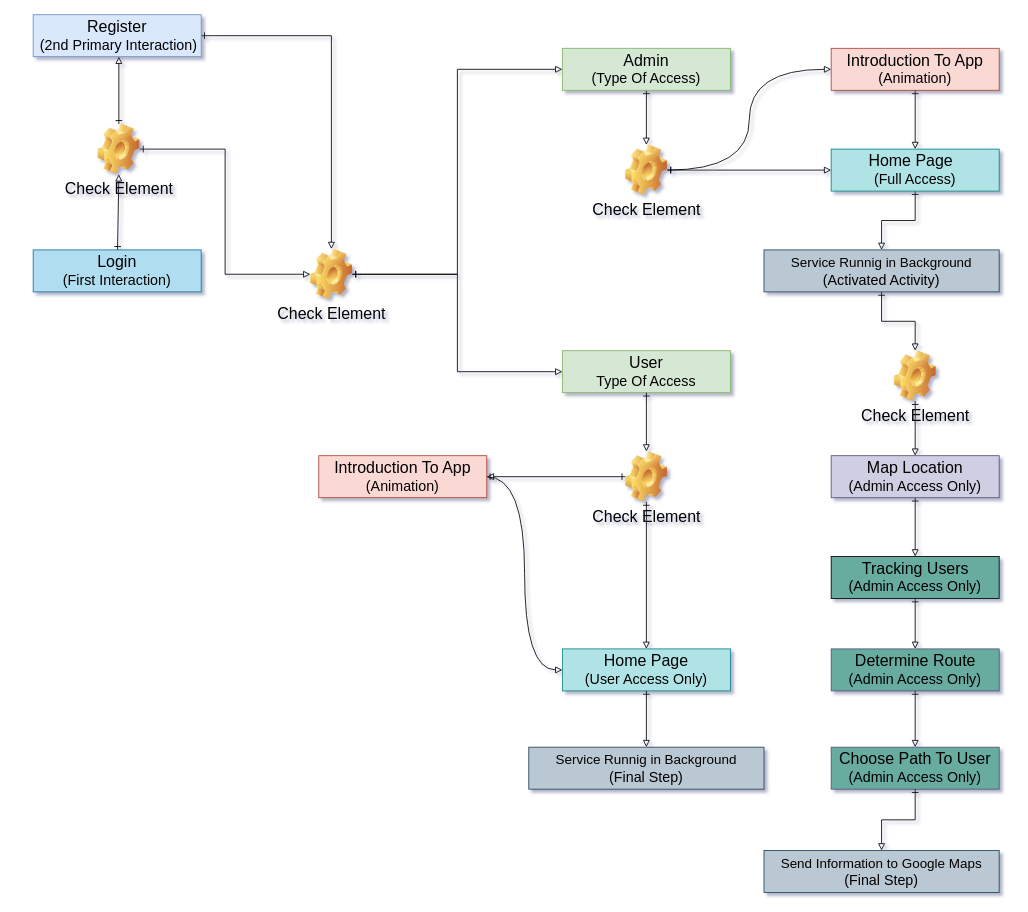
The draw.io diagram Untitled Diagram.drawio in George2G/Diagram_Diploma, before the edit. Source tidied: cells renumbered, new cells numbered last; positions are measured from the earlier drawing's top-left corner, leaving out a move shared by most shapes. Both pictures are drawn from the tidied source at 84%, with x=0, y=0 at pixel (33, 14).
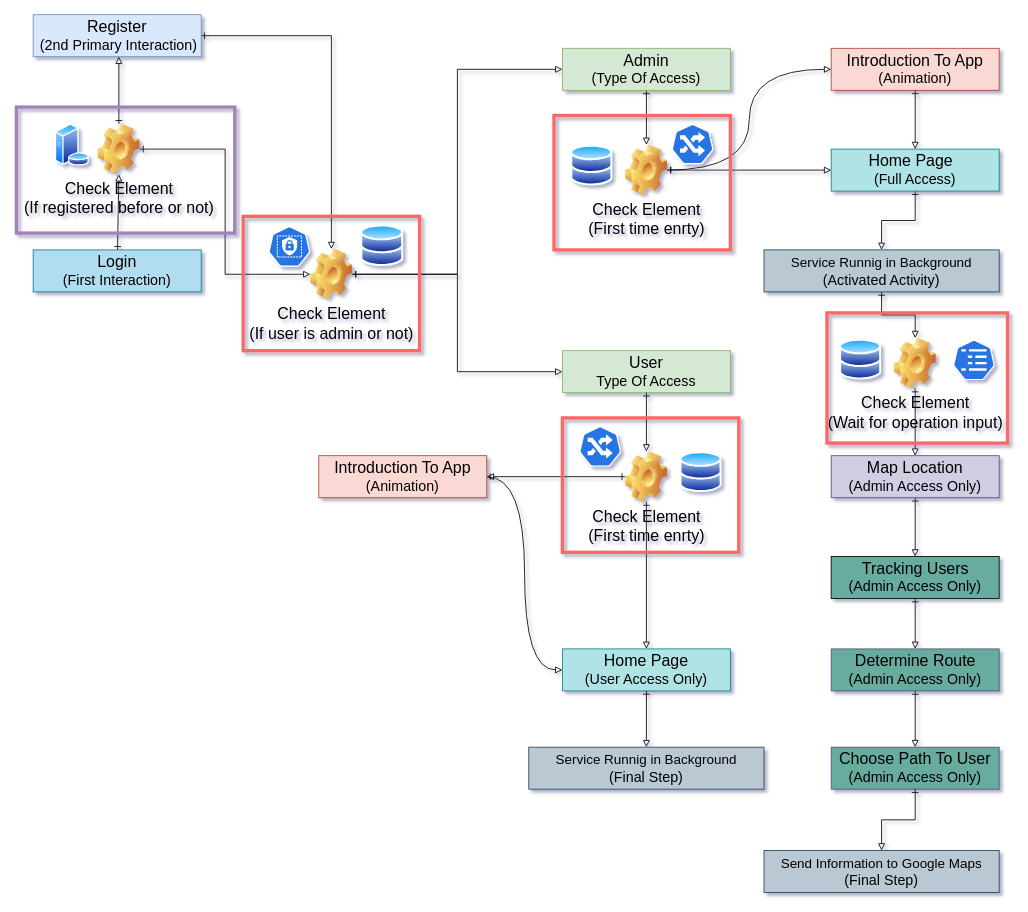
The same page after the edit.

Diff of the diagram source:
```diff
@@
-    <mxCell id="12" value="Check Element" style="shape=image;html=1;verticalLabelPosition=bottom;verticalAlign=top;imageAspect=0;image=img/clipart/Gear_128x128.png;fontSize=19;gradientColor=none;" parent="1" vertex="1">
+    <mxCell id="12" value="Check Element&lt;br&gt;(If registered before or not)" style="shape=image;html=1;verticalLabelPosition=bottom;verticalAlign=top;imageAspect=0;image=img/clipart/Gear_128x128.png;fontSize=19;gradientColor=none;" parent="1" vertex="1">
       <mxGeometry x="77" y="130" width="50" height="60" as="geometry" />
     </mxCell>
@@
-    <mxCell id="27" value="Check Element" style="shape=image;html=1;verticalLabelPosition=bottom;verticalAlign=top;imageAspect=0;image=img/clipart/Gear_128x128.png;fontSize=19;gradientColor=none;" parent="1" vertex="1">
+    <mxCell id="27" value="Check Element&lt;br&gt;(If user is admin or not)" style="shape=image;html=1;verticalLabelPosition=bottom;verticalAlign=top;imageAspect=0;image=img/clipart/Gear_128x128.png;fontSize=19;gradientColor=none;" parent="1" vertex="1">
       <mxGeometry x="330" y="279" width="50" height="60" as="geometry" />
     </mxCell>
@@
-    <mxCell id="37" value="Check Element" style="shape=image;html=1;verticalLabelPosition=bottom;verticalAlign=top;imageAspect=0;image=img/clipart/Gear_128x128.png;fontSize=19;gradientColor=none;" parent="1" vertex="1">
-      <mxGeometry x="1025" y="400" width="50" height="60" as="geometry" />
+    <mxCell id="37" value="Check Element&lt;br&gt;(Wait for operation input)" style="shape=image;html=1;verticalLabelPosition=bottom;verticalAlign=top;imageAspect=0;image=img/clipart/Gear_128x128.png;fontSize=19;gradientColor=none;" parent="1" vertex="1">
+      <mxGeometry x="1025" y="385" width="50" height="60" as="geometry" />
     </mxCell>
@@
-    <mxCell id="62" value="Check Element" style="shape=image;html=1;verticalLabelPosition=bottom;verticalAlign=top;imageAspect=0;image=img/clipart/Gear_128x128.png;fontSize=19;gradientColor=none;" parent="1" vertex="1">
+    <mxCell id="62" value="Check Element&lt;br&gt;(First time enrty)" style="shape=image;html=1;verticalLabelPosition=bottom;verticalAlign=top;imageAspect=0;image=img/clipart/Gear_128x128.png;fontSize=19;gradientColor=none;" parent="1" vertex="1">
       <mxGeometry x="705" y="520" width="50" height="60" as="geometry" />
     </mxCell>
@@
-    <mxCell id="69" value="Check Element" style="shape=image;html=1;verticalLabelPosition=bottom;verticalAlign=top;imageAspect=0;image=img/clipart/Gear_128x128.png;fontSize=19;gradientColor=none;" parent="1" vertex="1">
+    <mxCell id="69" value="Check Element&lt;br&gt;(First time enrty)" style="shape=image;html=1;verticalLabelPosition=bottom;verticalAlign=top;imageAspect=0;image=img/clipart/Gear_128x128.png;fontSize=19;gradientColor=none;" parent="1" vertex="1">
       <mxGeometry x="705" y="155" width="50" height="60" as="geometry" />
     </mxCell>
@@
+    <mxCell id="74" style="perimeter=ellipsePerimeter;html=1;align=center;shadow=0;dashed=0;spacingTop=3;image;image=img/lib/active_directory/database_server.svg;" parent="1" vertex="1">
+      <mxGeometry x="26" y="130" width="41" height="50" as="geometry" />
+    </mxCell>
+    <mxCell id="75" style="perimeter=ellipsePerimeter;html=1;align=center;shadow=0;dashed=0;spacingTop=3;image;image=img/lib/active_directory/databases.svg;" parent="1" vertex="1">
+      <mxGeometry x="390" y="250" width="51" height="50" as="geometry" />
+    </mxCell>
+    <mxCell id="76" style="perimeter=ellipsePerimeter;html=1;align=center;shadow=0;dashed=0;spacingTop=3;image;image=img/lib/active_directory/databases.svg;" parent="1" vertex="1">
+      <mxGeometry x="640" y="155" width="50" height="49" as="geometry" />
+    </mxCell>
+    <mxCell id="77" style="perimeter=ellipsePerimeter;html=1;align=center;shadow=0;dashed=0;spacingTop=3;image;image=img/lib/active_directory/databases.svg;" parent="1" vertex="1">
+      <mxGeometry x="770" y="520" width="50" height="49" as="geometry" />
+    </mxCell>
+    <mxCell id="78" style="perimeter=ellipsePerimeter;html=1;align=center;shadow=0;dashed=0;spacingTop=3;image;image=img/lib/active_directory/databases.svg;" parent="1" vertex="1">
+      <mxGeometry x="960" y="386" width="50" height="49" as="geometry" />
+    </mxCell>
+    <mxCell id="79" style="rounded=0;whiteSpace=wrap;html=1;fillColor=none;strokeWidth=4;strokeColor=#A680B8;" parent="1" vertex="1">
+      <mxGeometry x="-20" y="110" width="260" height="150" as="geometry" />
+    </mxCell>
+    <mxCell id="80" style="rounded=0;whiteSpace=wrap;html=1;strokeWidth=4;fillColor=none;strokeColor=#FF6666;" parent="1" vertex="1">
+      <mxGeometry x="250" y="240" width="210" height="160" as="geometry" />
+    </mxCell>
+    <mxCell id="81" style="rounded=0;whiteSpace=wrap;html=1;strokeWidth=4;fillColor=none;strokeColor=#FF6666;" parent="1" vertex="1">
+      <mxGeometry x="620" y="120" width="210" height="160" as="geometry" />
+    </mxCell>
+    <mxCell id="82" style="rounded=0;whiteSpace=wrap;html=1;strokeWidth=4;fillColor=none;strokeColor=#FF6666;" parent="1" vertex="1">
+      <mxGeometry x="945" y="355" width="215" height="155" as="geometry" />
+    </mxCell>
+    <mxCell id="83" style="rounded=0;whiteSpace=wrap;html=1;strokeWidth=4;fillColor=none;strokeColor=#FF6666;" parent="1" vertex="1">
+      <mxGeometry x="630" y="480" width="210" height="160" as="geometry" />
+    </mxCell>
+    <mxCell id="84" style="sketch=0;html=1;dashed=0;whitespace=wrap;fillColor=#2875E2;strokeColor=#ffffff;shape=mxgraph.kubernetes.icon;prIcon=role;" parent="1" vertex="1">
+      <mxGeometry x="280" y="252" width="50" height="48" as="geometry" />
+    </mxCell>
+    <mxCell id="85" style="sketch=0;html=1;dashed=0;whitespace=wrap;fillColor=#2875E2;strokeColor=#ffffff;shape=mxgraph.kubernetes.icon;prIcon=ing;" parent="1" vertex="1">
+      <mxGeometry x="760" y="130" width="50" height="48" as="geometry" />
+    </mxCell>
+    <mxCell id="86" style="sketch=0;html=1;dashed=0;whitespace=wrap;fillColor=#2875E2;strokeColor=#ffffff;shape=mxgraph.kubernetes.icon;prIcon=ing;" parent="1" vertex="1">
+      <mxGeometry x="650" y="490" width="50" height="48" as="geometry" />
+    </mxCell>
+    <mxCell id="87" style="sketch=0;html=1;dashed=0;whitespace=wrap;fillColor=#2875E2;strokeColor=#ffffff;shape=mxgraph.kubernetes.icon;prIcon=cm;" parent="1" vertex="1">
+      <mxGeometry x="1095" y="387" width="50" height="48" as="geometry" />
+    </mxCell>
```
